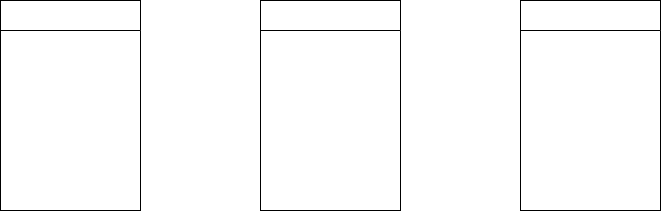
Earlier version of the draw.io export presentation/assets/table design/table design(1).png (Abisin-Raj/flow). Source tidied: cells renumbered, new cells last; positions are measured from the earlier drawing's top-left corner, leaving out a move shared by most shapes. The source it was exported from:
```xml
<mxGraphModel>
  <root>
    <mxCell id="0" />
    <mxCell id="1" parent="0" />
    <mxCell id="2" value="WatchedFolder" style="swimlane;fontStyle=0;horizontal=1;startSize=30;fillColor=none;swimlaneFillColor=none;swimlaneLine=1;fontColor=#FFFFFF;whiteSpace=wrap;" parent="1" vertex="1">
      <mxGeometry width="140" height="210" as="geometry" />
    </mxCell>
    <mxCell id="3" value="id" style="text;align=left;verticalAlign=middle;spacingLeft=4;spacingRight=4;overflow=hidden;fillColor=none;swimlaneFillColor=none;swimlaneLine=1;fontColor=#FFFFFF;whiteSpace=wrap;" parent="2" vertex="1">
      <mxGeometry y="30" width="140" height="30" as="geometry" />
    </mxCell>
    <mxCell id="4" value="path" style="text;align=left;verticalAlign=middle;spacingLeft=4;spacingRight=4;overflow=hidden;fillColor=none;swimlaneFillColor=none;swimlaneLine=1;fontColor=#FFFFFF;whiteSpace=wrap;" parent="2" vertex="1">
      <mxGeometry y="60" width="140" height="30" as="geometry" />
    </mxCell>
    <mxCell id="5" value="recursive" style="text;align=left;verticalAlign=middle;spacingLeft=4;spacingRight=4;overflow=hidden;fillColor=none;swimlaneFillColor=none;swimlaneLine=1;fontColor=#FFFFFF;whiteSpace=wrap;" parent="2" vertex="1">
      <mxGeometry y="90" width="140" height="30" as="geometry" />
    </mxCell>
    <mxCell id="6" value="auto_quarantine" style="text;align=left;verticalAlign=middle;spacingLeft=4;spacingRight=4;overflow=hidden;fillColor=none;swimlaneFillColor=none;swimlaneLine=1;fontColor=#FFFFFF;whiteSpace=wrap;" parent="2" vertex="1">
      <mxGeometry y="120" width="140" height="30" as="geometry" />
    </mxCell>
    <mxCell id="7" value="enabled" style="text;align=left;verticalAlign=middle;spacingLeft=4;spacingRight=4;overflow=hidden;shadow=0;fillColor=none;swimlaneFillColor=none;swimlaneLine=1;fontColor=#FFFFFF;whiteSpace=wrap;" parent="2" vertex="1">
      <mxGeometry y="150" width="140" height="30" as="geometry" />
    </mxCell>
    <mxCell id="8" value="created_at" style="text;align=left;verticalAlign=middle;spacingLeft=4;spacingRight=4;overflow=hidden;fillColor=none;swimlaneFillColor=none;swimlaneLine=1;fontColor=#FFFFFF;whiteSpace=wrap;" parent="2" vertex="1">
      <mxGeometry y="180" width="140" height="30" as="geometry" />
    </mxCell>
    <mxCell id="9" value="AppSetting" style="swimlane;fontStyle=0;horizontal=1;startSize=30;fillColor=none;swimlaneFillColor=none;swimlaneLine=1;fontColor=#FFFFFF;whiteSpace=wrap;" parent="1" vertex="1">
      <mxGeometry x="260" width="140" height="210" as="geometry" />
    </mxCell>
    <mxCell id="10" value="id" style="text;align=left;verticalAlign=middle;spacingLeft=4;spacingRight=4;overflow=hidden;fillColor=none;swimlaneFillColor=none;swimlaneLine=1;fontColor=#FFFFFF;whiteSpace=wrap;" parent="9" vertex="1">
      <mxGeometry y="30" width="140" height="30" as="geometry" />
    </mxCell>
    <mxCell id="11" value="key" style="text;align=left;verticalAlign=middle;spacingLeft=4;spacingRight=4;overflow=hidden;fillColor=none;swimlaneFillColor=none;swimlaneLine=1;fontColor=#FFFFFF;whiteSpace=wrap;" parent="9" vertex="1">
      <mxGeometry y="60" width="140" height="30" as="geometry" />
    </mxCell>
    <mxCell id="12" value="value" style="text;align=left;verticalAlign=middle;spacingLeft=4;spacingRight=4;overflow=hidden;fillColor=none;swimlaneFillColor=none;swimlaneLine=1;fontColor=#FFFFFF;whiteSpace=wrap;" parent="9" vertex="1">
      <mxGeometry y="90" width="140" height="30" as="geometry" />
    </mxCell>
    <mxCell id="13" value="updated_at" style="text;align=left;verticalAlign=middle;spacingLeft=4;spacingRight=4;overflow=hidden;fillColor=none;swimlaneFillColor=none;swimlaneLine=1;fontColor=#FFFFFF;whiteSpace=wrap;" parent="9" vertex="1">
      <mxGeometry y="120" width="140" height="30" as="geometry" />
    </mxCell>
    <mxCell id="14" value="enabled" style="text;align=left;verticalAlign=middle;spacingLeft=4;spacingRight=4;overflow=hidden;shadow=0;fillColor=none;swimlaneFillColor=none;swimlaneLine=1;fontColor=#FFFFFF;whiteSpace=wrap;" parent="9" vertex="1">
      <mxGeometry y="150" width="140" height="30" as="geometry" />
    </mxCell>
    <mxCell id="15" value="created_at" style="text;align=left;verticalAlign=middle;spacingLeft=4;spacingRight=4;overflow=hidden;fillColor=none;swimlaneFillColor=none;swimlaneLine=1;fontColor=#FFFFFF;whiteSpace=wrap;" parent="9" vertex="1">
      <mxGeometry y="180" width="140" height="30" as="geometry" />
    </mxCell>
    <mxCell id="16" value="BlockedIp" style="swimlane;fontStyle=0;horizontal=1;startSize=30;fillColor=none;swimlaneFillColor=none;swimlaneLine=1;fontColor=#FFFFFF;whiteSpace=wrap;" parent="1" vertex="1">
      <mxGeometry x="520" width="140" height="210" as="geometry" />
    </mxCell>
    <mxCell id="17" value="id" style="text;align=left;verticalAlign=middle;spacingLeft=4;spacingRight=4;overflow=hidden;fillColor=none;swimlaneFillColor=none;swimlaneLine=1;fontColor=#FFFFFF;whiteSpace=wrap;" parent="16" vertex="1">
      <mxGeometry y="30" width="140" height="30" as="geometry" />
    </mxCell>
    <mxCell id="18" value="ip" style="text;align=left;verticalAlign=middle;spacingLeft=4;spacingRight=4;overflow=hidden;fillColor=none;swimlaneFillColor=none;swimlaneLine=1;fontColor=#FFFFFF;whiteSpace=wrap;" parent="16" vertex="1">
      <mxGeometry y="60" width="140" height="30" as="geometry" />
    </mxCell>
    <mxCell id="19" value="blocked_at" style="text;align=left;verticalAlign=middle;spacingLeft=4;spacingRight=4;overflow=hidden;fillColor=none;swimlaneFillColor=none;swimlaneLine=1;fontColor=#FFFFFF;whiteSpace=wrap;" parent="16" vertex="1">
      <mxGeometry y="90" width="140" height="30" as="geometry" />
    </mxCell>
    <mxCell id="20" value="expires_at" style="text;align=left;verticalAlign=middle;spacingLeft=4;spacingRight=4;overflow=hidden;fillColor=none;swimlaneFillColor=none;swimlaneLine=1;fontColor=#FFFFFF;whiteSpace=wrap;" parent="16" vertex="1">
      <mxGeometry y="120" width="140" height="30" as="geometry" />
    </mxCell>
    <mxCell id="21" value="reason" style="text;align=left;verticalAlign=middle;spacingLeft=4;spacingRight=4;overflow=hidden;shadow=0;fillColor=none;swimlaneFillColor=none;swimlaneLine=1;fontColor=#FFFFFF;whiteSpace=wrap;" parent="16" vertex="1">
      <mxGeometry y="150" width="140" height="30" as="geometry" />
    </mxCell>
    <mxCell id="22" value="created_at" style="text;align=left;verticalAlign=middle;spacingLeft=4;spacingRight=4;overflow=hidden;fillColor=none;swimlaneFillColor=none;swimlaneLine=1;fontColor=#FFFFFF;whiteSpace=wrap;" parent="16" vertex="1">
      <mxGeometry y="180" width="140" height="30" as="geometry" />
    </mxCell>
  </root>
</mxGraphModel>
```
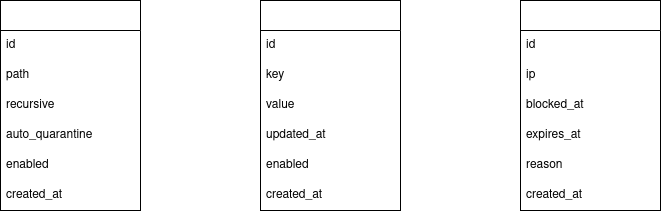
Later version of the same file.

Commit message:
Integrating Table Design Schema Diagrams

The edit, as a diff of the source:
```diff
@@ -5,64 +5,64 @@
     <mxCell id="2" value="WatchedFolder" style="swimlane;fontStyle=0;horizontal=1;startSize=30;fillColor=none;swimlaneFillColor=none;swimlaneLine=1;fontColor=#FFFFFF;whiteSpace=wrap;" parent="1" vertex="1">
       <mxGeometry width="140" height="210" as="geometry" />
     </mxCell>
-    <mxCell id="3" value="id" style="text;align=left;verticalAlign=middle;spacingLeft=4;spacingRight=4;overflow=hidden;fillColor=none;swimlaneFillColor=none;swimlaneLine=1;fontColor=#FFFFFF;whiteSpace=wrap;" parent="2" vertex="1">
+    <mxCell id="3" value="id" style="text;align=left;verticalAlign=middle;spacingLeft=4;spacingRight=4;overflow=hidden;fillColor=none;swimlaneFillColor=none;swimlaneLine=1;fontColor=#000000;whiteSpace=wrap;" parent="2" vertex="1">
       <mxGeometry y="30" width="140" height="30" as="geometry" />
     </mxCell>
-    <mxCell id="4" value="path" style="text;align=left;verticalAlign=middle;spacingLeft=4;spacingRight=4;overflow=hidden;fillColor=none;swimlaneFillColor=none;swimlaneLine=1;fontColor=#FFFFFF;whiteSpace=wrap;" parent="2" vertex="1">
+    <mxCell id="4" value="path" style="text;align=left;verticalAlign=middle;spacingLeft=4;spacingRight=4;overflow=hidden;fillColor=none;swimlaneFillColor=none;swimlaneLine=1;fontColor=#000000;whiteSpace=wrap;" parent="2" vertex="1">
       <mxGeometry y="60" width="140" height="30" as="geometry" />
     </mxCell>
-    <mxCell id="5" value="recursive" style="text;align=left;verticalAlign=middle;spacingLeft=4;spacingRight=4;overflow=hidden;fillColor=none;swimlaneFillColor=none;swimlaneLine=1;fontColor=#FFFFFF;whiteSpace=wrap;" parent="2" vertex="1">
+    <mxCell id="5" value="recursive" style="text;align=left;verticalAlign=middle;spacingLeft=4;spacingRight=4;overflow=hidden;fillColor=none;swimlaneFillColor=none;swimlaneLine=1;fontColor=#000000;whiteSpace=wrap;" parent="2" vertex="1">
       <mxGeometry y="90" width="140" height="30" as="geometry" />
     </mxCell>
-    <mxCell id="6" value="auto_quarantine" style="text;align=left;verticalAlign=middle;spacingLeft=4;spacingRight=4;overflow=hidden;fillColor=none;swimlaneFillColor=none;swimlaneLine=1;fontColor=#FFFFFF;whiteSpace=wrap;" parent="2" vertex="1">
+    <mxCell id="6" value="auto_quarantine" style="text;align=left;verticalAlign=middle;spacingLeft=4;spacingRight=4;overflow=hidden;fillColor=none;swimlaneFillColor=none;swimlaneLine=1;fontColor=#000000;whiteSpace=wrap;" parent="2" vertex="1">
       <mxGeometry y="120" width="140" height="30" as="geometry" />
     </mxCell>
-    <mxCell id="7" value="enabled" style="text;align=left;verticalAlign=middle;spacingLeft=4;spacingRight=4;overflow=hidden;shadow=0;fillColor=none;swimlaneFillColor=none;swimlaneLine=1;fontColor=#FFFFFF;whiteSpace=wrap;" parent="2" vertex="1">
+    <mxCell id="7" value="enabled" style="text;align=left;verticalAlign=middle;spacingLeft=4;spacingRight=4;overflow=hidden;shadow=0;fillColor=none;swimlaneFillColor=none;swimlaneLine=1;fontColor=#000000;whiteSpace=wrap;" parent="2" vertex="1">
       <mxGeometry y="150" width="140" height="30" as="geometry" />
     </mxCell>
-    <mxCell id="8" value="created_at" style="text;align=left;verticalAlign=middle;spacingLeft=4;spacingRight=4;overflow=hidden;fillColor=none;swimlaneFillColor=none;swimlaneLine=1;fontColor=#FFFFFF;whiteSpace=wrap;" parent="2" vertex="1">
+    <mxCell id="8" value="created_at" style="text;align=left;verticalAlign=middle;spacingLeft=4;spacingRight=4;overflow=hidden;fillColor=none;swimlaneFillColor=none;swimlaneLine=1;fontColor=#000000;whiteSpace=wrap;" parent="2" vertex="1">
       <mxGeometry y="180" width="140" height="30" as="geometry" />
     </mxCell>
     <mxCell id="9" value="AppSetting" style="swimlane;fontStyle=0;horizontal=1;startSize=30;fillColor=none;swimlaneFillColor=none;swimlaneLine=1;fontColor=#FFFFFF;whiteSpace=wrap;" parent="1" vertex="1">
       <mxGeometry x="260" width="140" height="210" as="geometry" />
     </mxCell>
-    <mxCell id="10" value="id" style="text;align=left;verticalAlign=middle;spacingLeft=4;spacingRight=4;overflow=hidden;fillColor=none;swimlaneFillColor=none;swimlaneLine=1;fontColor=#FFFFFF;whiteSpace=wrap;" parent="9" vertex="1">
+    <mxCell id="10" value="id" style="text;align=left;verticalAlign=middle;spacingLeft=4;spacingRight=4;overflow=hidden;fillColor=none;swimlaneFillColor=none;swimlaneLine=1;fontColor=#000000;whiteSpace=wrap;" parent="9" vertex="1">
       <mxGeometry y="30" width="140" height="30" as="geometry" />
     </mxCell>
-    <mxCell id="11" value="key" style="text;align=left;verticalAlign=middle;spacingLeft=4;spacingRight=4;overflow=hidden;fillColor=none;swimlaneFillColor=none;swimlaneLine=1;fontColor=#FFFFFF;whiteSpace=wrap;" parent="9" vertex="1">
+    <mxCell id="11" value="key" style="text;align=left;verticalAlign=middle;spacingLeft=4;spacingRight=4;overflow=hidden;fillColor=none;swimlaneFillColor=none;swimlaneLine=1;fontColor=#000000;whiteSpace=wrap;" parent="9" vertex="1">
       <mxGeometry y="60" width="140" height="30" as="geometry" />
     </mxCell>
-    <mxCell id="12" value="value" style="text;align=left;verticalAlign=middle;spacingLeft=4;spacingRight=4;overflow=hidden;fillColor=none;swimlaneFillColor=none;swimlaneLine=1;fontColor=#FFFFFF;whiteSpace=wrap;" parent="9" vertex="1">
+    <mxCell id="12" value="value" style="text;align=left;verticalAlign=middle;spacingLeft=4;spacingRight=4;overflow=hidden;fillColor=none;swimlaneFillColor=none;swimlaneLine=1;fontColor=#000000;whiteSpace=wrap;" parent="9" vertex="1">
       <mxGeometry y="90" width="140" height="30" as="geometry" />
     </mxCell>
-    <mxCell id="13" value="updated_at" style="text;align=left;verticalAlign=middle;spacingLeft=4;spacingRight=4;overflow=hidden;fillColor=none;swimlaneFillColor=none;swimlaneLine=1;fontColor=#FFFFFF;whiteSpace=wrap;" parent="9" vertex="1">
+    <mxCell id="13" value="updated_at" style="text;align=left;verticalAlign=middle;spacingLeft=4;spacingRight=4;overflow=hidden;fillColor=none;swimlaneFillColor=none;swimlaneLine=1;fontColor=#000000;whiteSpace=wrap;" parent="9" vertex="1">
       <mxGeometry y="120" width="140" height="30" as="geometry" />
     </mxCell>
-    <mxCell id="14" value="enabled" style="text;align=left;verticalAlign=middle;spacingLeft=4;spacingRight=4;overflow=hidden;shadow=0;fillColor=none;swimlaneFillColor=none;swimlaneLine=1;fontColor=#FFFFFF;whiteSpace=wrap;" parent="9" vertex="1">
+    <mxCell id="14" value="enabled" style="text;align=left;verticalAlign=middle;spacingLeft=4;spacingRight=4;overflow=hidden;shadow=0;fillColor=none;swimlaneFillColor=none;swimlaneLine=1;fontColor=#000000;whiteSpace=wrap;" parent="9" vertex="1">
       <mxGeometry y="150" width="140" height="30" as="geometry" />
     </mxCell>
-    <mxCell id="15" value="created_at" style="text;align=left;verticalAlign=middle;spacingLeft=4;spacingRight=4;overflow=hidden;fillColor=none;swimlaneFillColor=none;swimlaneLine=1;fontColor=#FFFFFF;whiteSpace=wrap;" parent="9" vertex="1">
+    <mxCell id="15" value="created_at" style="text;align=left;verticalAlign=middle;spacingLeft=4;spacingRight=4;overflow=hidden;fillColor=none;swimlaneFillColor=none;swimlaneLine=1;fontColor=#000000;whiteSpace=wrap;" parent="9" vertex="1">
       <mxGeometry y="180" width="140" height="30" as="geometry" />
     </mxCell>
     <mxCell id="16" value="BlockedIp" style="swimlane;fontStyle=0;horizontal=1;startSize=30;fillColor=none;swimlaneFillColor=none;swimlaneLine=1;fontColor=#FFFFFF;whiteSpace=wrap;" parent="1" vertex="1">
       <mxGeometry x="520" width="140" height="210" as="geometry" />
     </mxCell>
-    <mxCell id="17" value="id" style="text;align=left;verticalAlign=middle;spacingLeft=4;spacingRight=4;overflow=hidden;fillColor=none;swimlaneFillColor=none;swimlaneLine=1;fontColor=#FFFFFF;whiteSpace=wrap;" parent="16" vertex="1">
+    <mxCell id="17" value="id" style="text;align=left;verticalAlign=middle;spacingLeft=4;spacingRight=4;overflow=hidden;fillColor=none;swimlaneFillColor=none;swimlaneLine=1;fontColor=#000000;whiteSpace=wrap;" parent="16" vertex="1">
       <mxGeometry y="30" width="140" height="30" as="geometry" />
     </mxCell>
-    <mxCell id="18" value="ip" style="text;align=left;verticalAlign=middle;spacingLeft=4;spacingRight=4;overflow=hidden;fillColor=none;swimlaneFillColor=none;swimlaneLine=1;fontColor=#FFFFFF;whiteSpace=wrap;" parent="16" vertex="1">
+    <mxCell id="18" value="ip" style="text;align=left;verticalAlign=middle;spacingLeft=4;spacingRight=4;overflow=hidden;fillColor=none;swimlaneFillColor=none;swimlaneLine=1;fontColor=#000000;whiteSpace=wrap;" parent="16" vertex="1">
       <mxGeometry y="60" width="140" height="30" as="geometry" />
     </mxCell>
-    <mxCell id="19" value="blocked_at" style="text;align=left;verticalAlign=middle;spacingLeft=4;spacingRight=4;overflow=hidden;fillColor=none;swimlaneFillColor=none;swimlaneLine=1;fontColor=#FFFFFF;whiteSpace=wrap;" parent="16" vertex="1">
+    <mxCell id="19" value="blocked_at" style="text;align=left;verticalAlign=middle;spacingLeft=4;spacingRight=4;overflow=hidden;fillColor=none;swimlaneFillColor=none;swimlaneLine=1;fontColor=#000000;whiteSpace=wrap;" parent="16" vertex="1">
       <mxGeometry y="90" width="140" height="30" as="geometry" />
     </mxCell>
-    <mxCell id="20" value="expires_at" style="text;align=left;verticalAlign=middle;spacingLeft=4;spacingRight=4;overflow=hidden;fillColor=none;swimlaneFillColor=none;swimlaneLine=1;fontColor=#FFFFFF;whiteSpace=wrap;" parent="16" vertex="1">
+    <mxCell id="20" value="expires_at" style="text;align=left;verticalAlign=middle;spacingLeft=4;spacingRight=4;overflow=hidden;fillColor=none;swimlaneFillColor=none;swimlaneLine=1;fontColor=#000000;whiteSpace=wrap;" parent="16" vertex="1">
       <mxGeometry y="120" width="140" height="30" as="geometry" />
     </mxCell>
-    <mxCell id="21" value="reason" style="text;align=left;verticalAlign=middle;spacingLeft=4;spacingRight=4;overflow=hidden;shadow=0;fillColor=none;swimlaneFillColor=none;swimlaneLine=1;fontColor=#FFFFFF;whiteSpace=wrap;" parent="16" vertex="1">
+    <mxCell id="21" value="reason" style="text;align=left;verticalAlign=middle;spacingLeft=4;spacingRight=4;overflow=hidden;shadow=0;fillColor=none;swimlaneFillColor=none;swimlaneLine=1;fontColor=#000000;whiteSpace=wrap;" parent="16" vertex="1">
       <mxGeometry y="150" width="140" height="30" as="geometry" />
     </mxCell>
-    <mxCell id="22" value="created_at" style="text;align=left;verticalAlign=middle;spacingLeft=4;spacingRight=4;overflow=hidden;fillColor=none;swimlaneFillColor=none;swimlaneLine=1;fontColor=#FFFFFF;whiteSpace=wrap;" parent="16" vertex="1">
+    <mxCell id="22" value="created_at" style="text;align=left;verticalAlign=middle;spacingLeft=4;spacingRight=4;overflow=hidden;fillColor=none;swimlaneFillColor=none;swimlaneLine=1;fontColor=#000000;whiteSpace=wrap;" parent="16" vertex="1">
       <mxGeometry y="180" width="140" height="30" as="geometry" />
     </mxCell>
   </root>
```
